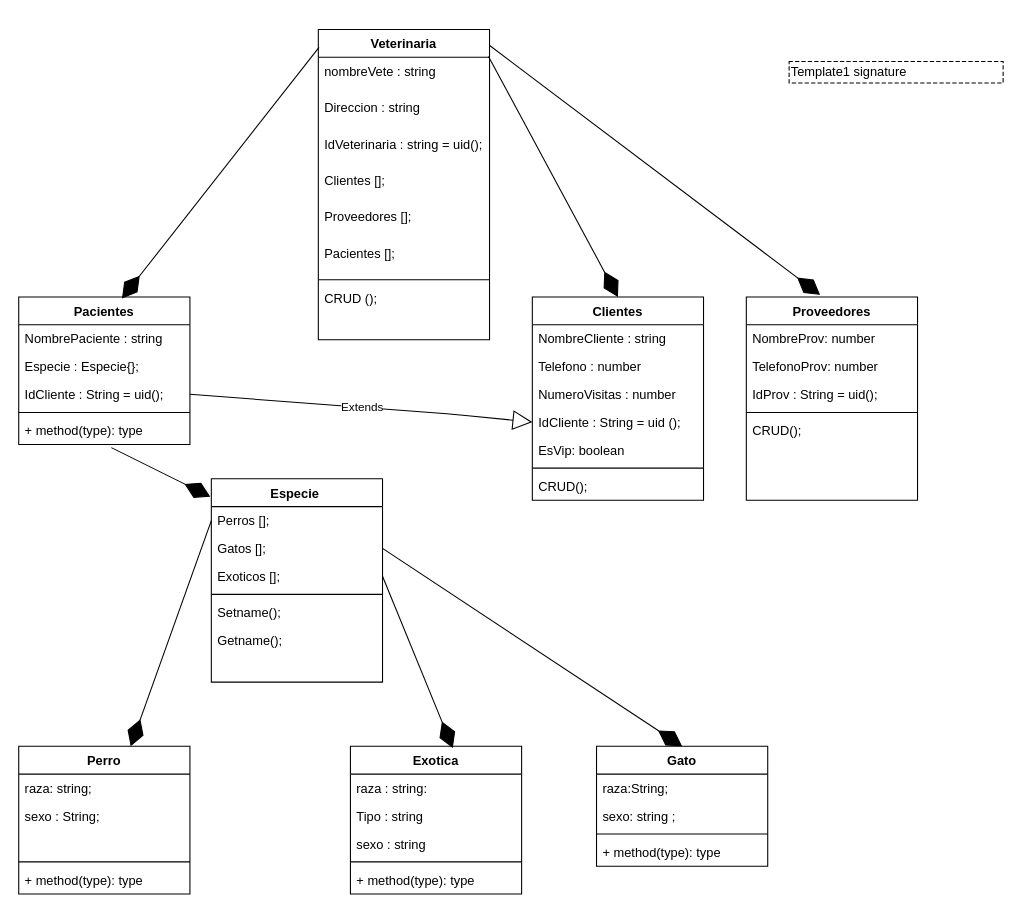
The draw.io diagram diagramaClases.dio in JulietaZotes/trabajo-final-FIP, before the edit. Source tidied: cells renumbered, new cells numbered last; positions are measured from the earlier drawing's top-left corner, leaving out a move shared by most shapes. Both pictures are drawn from the tidied source at 107%, with x=0, y=0 at pixel (18, 29).
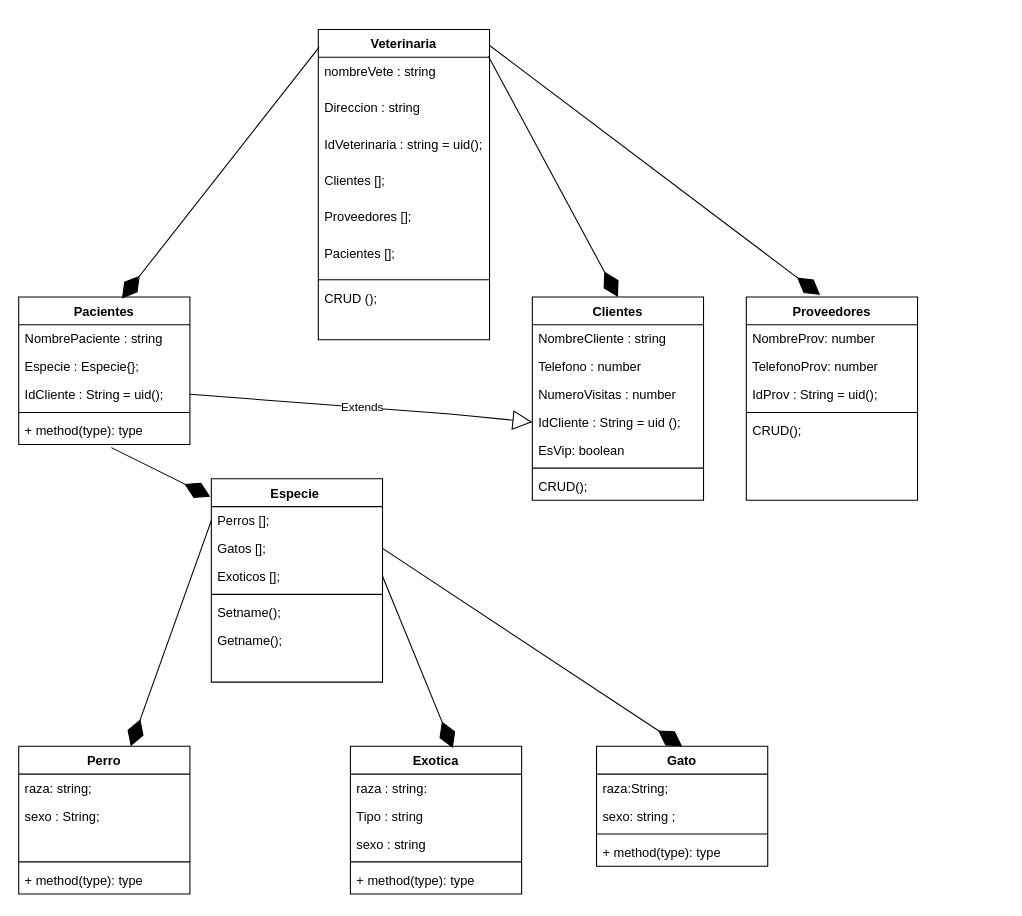
After the change.

Commit message:
diagrama de clase final

Diff of the diagram source:
```diff
@@
-    <mxCell id="67" value="Template1 signature" style="shape=partialRectangle;html=1;top=1;align=left;dashed=1;" parent="1" vertex="1">
-      <mxGeometry x="720" y="30" width="200" height="20" as="geometry" />
-    </mxCell>
```
